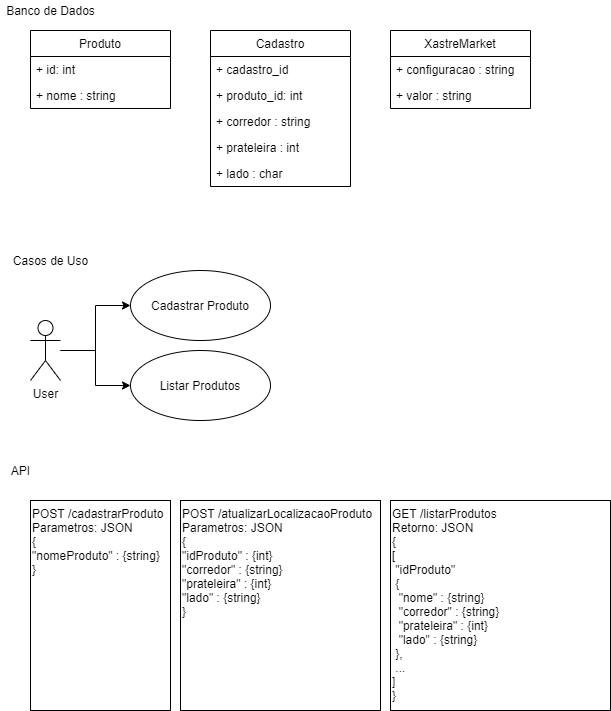
victorcesaroni/XastreMarket keeps this draw.io diagram as doc/XastreMarket.png. Above is the earlier version. Source tidied: cells renumbered, new cells last; positions are measured from the earlier drawing's top-left corner, leaving out a move shared by most shapes.
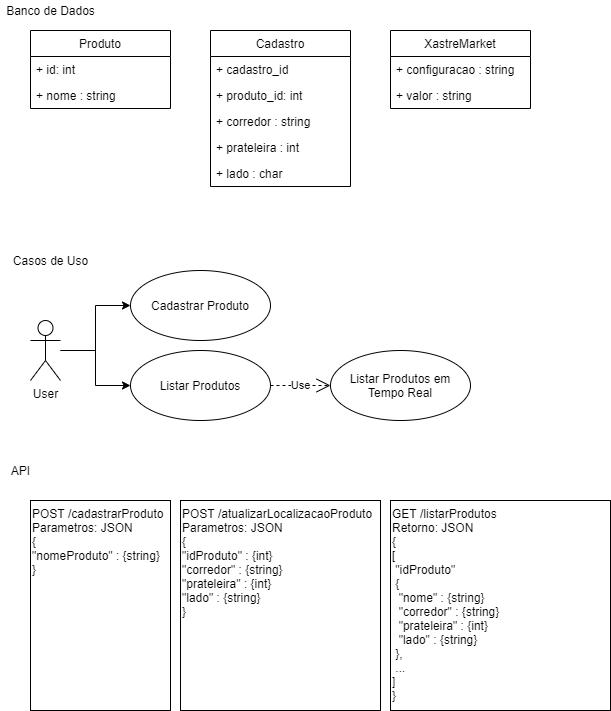
After the change.

Commit message:
Adicionado o caso de uso Listar Produtos em Tempo Real na documentação

Change to the diagram source:
```diff
@@ -71,5 +71,11 @@
     <mxCell id="24" value="+ valor : string" style="text;strokeColor=none;fillColor=none;align=left;verticalAlign=top;spacingLeft=4;spacingRight=4;overflow=hidden;" parent="22" vertex="1">
       <mxGeometry y="52" width="140" height="26" as="geometry" />
     </mxCell>
+    <mxCell id="25" value="Use" style="endArrow=open;endSize=12;dashed=1;html=1;" parent="1" edge="1" source="15" target="26">
+      <mxGeometry relative="1" as="geometry" />
+    </mxCell>
+    <mxCell id="26" value="Listar Produtos em Tempo Real" style="ellipse;whiteSpace=wrap;html=1;" parent="1" vertex="1">
+      <mxGeometry x="330" y="350" width="140" height="70" as="geometry" />
+    </mxCell>
   </root>
 </mxGraphModel>
```
